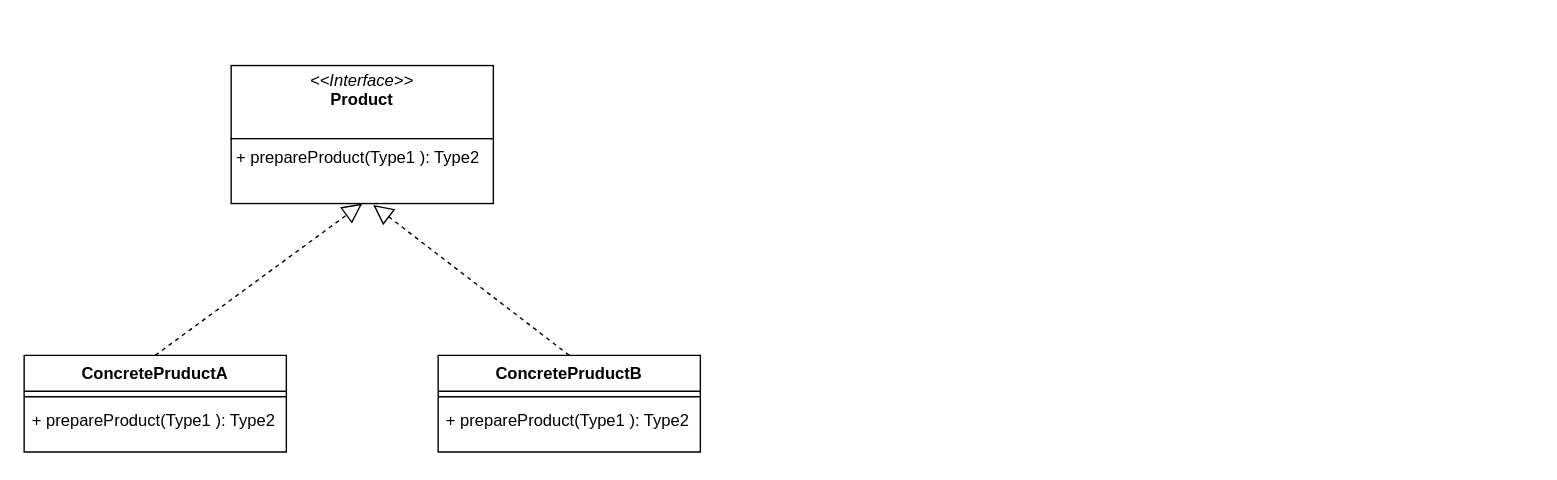
Above: factory-method-pattern.drawio in sourcelight/test_repo (draw.io), before the change. Source tidied: cells renumbered, new cells numbered last; positions are measured from the earlier drawing's top-left corner, leaving out a move shared by most shapes. Both pictures are drawn from the tidied source at 138%, with x=0, y=0 at pixel (23, 65).
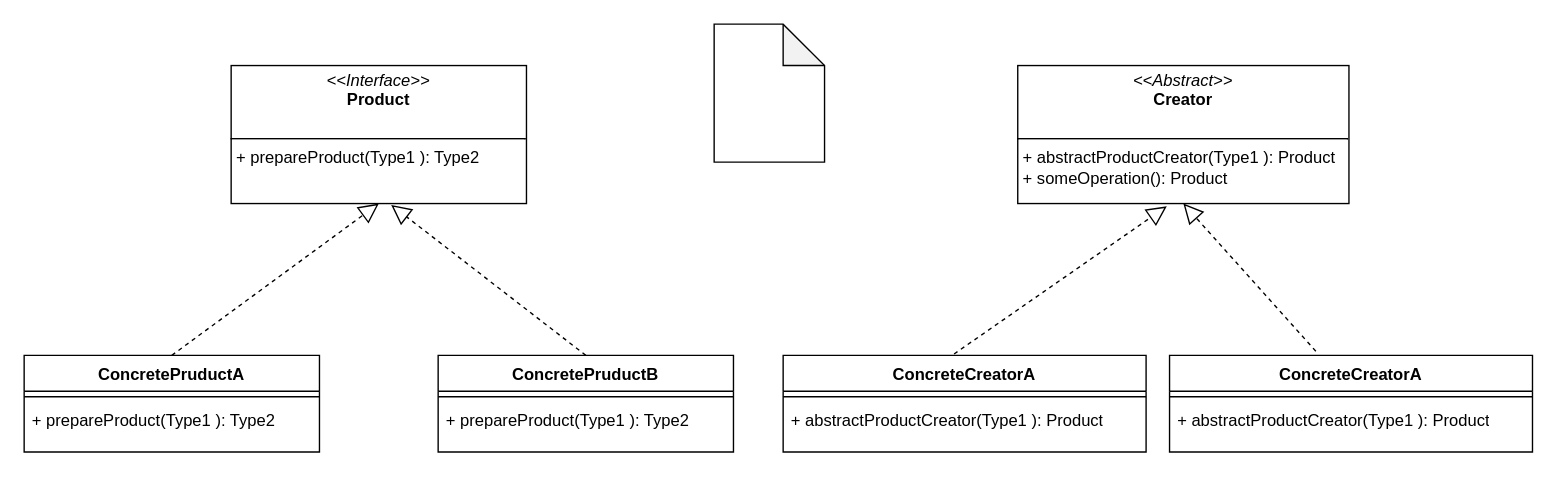
The same page after the edit.

Change to the diagram source:
```diff
@@
     <mxCell id="2" value="&lt;p style=&quot;margin:0px;margin-top:4px;text-align:center;&quot;&gt;&lt;i&gt;&amp;lt;&amp;lt;Interface&amp;gt;&amp;gt;&lt;/i&gt;&lt;br&gt;&lt;b&gt;Product&lt;/b&gt;&lt;/p&gt;&lt;br&gt;&lt;hr size=&quot;1&quot; style=&quot;border-style:solid;&quot;&gt;&lt;p style=&quot;margin:0px;margin-left:4px;&quot;&gt;+ prepareProduct(Type1 ): Type2&lt;br&gt;&lt;/p&gt;&lt;p style=&quot;margin:0px;margin-left:4px;&quot;&gt;&lt;br&gt;&lt;/p&gt;" style="verticalAlign=top;align=left;overflow=fill;html=1;whiteSpace=wrap;" parent="1" vertex="1">
-      <mxGeometry x="150" width="190" height="100" as="geometry" />
+      <mxGeometry x="150" width="214" height="100" as="geometry" />
     </mxCell>
     <mxCell id="3" value="ConcretePruductA" style="swimlane;fontStyle=1;align=center;verticalAlign=top;horizontal=1;startSize=26;whiteSpace=wrap;html=1;" parent="1" vertex="1">
-      <mxGeometry y="210" width="190" height="70" as="geometry" />
+      <mxGeometry y="210" width="214" height="70" as="geometry" />
     </mxCell>
     <mxCell id="4" style="line;strokeWidth=1;fillColor=none;align=left;verticalAlign=middle;spacingTop=-1;spacingLeft=3;spacingRight=3;labelPosition=right;strokeColor=inherit;" parent="3" vertex="1">
-      <mxGeometry y="26" width="190" height="8" as="geometry" />
+      <mxGeometry y="26" width="214" height="8" as="geometry" />
     </mxCell>
     <mxCell id="5" value="+ prepareProduct(Type1 ): Type2" style="text;strokeColor=none;fillColor=none;align=left;verticalAlign=top;spacingLeft=4;spacingRight=4;overflow=hidden;whiteSpace=wrap;html=1;" parent="3" vertex="1">
-      <mxGeometry y="34" width="190" height="36" as="geometry" />
+      <mxGeometry y="34" width="214" height="36" as="geometry" />
     </mxCell>
     <mxCell id="6" value="ConcretePruductB" style="swimlane;fontStyle=1;align=center;verticalAlign=top;horizontal=1;startSize=26;whiteSpace=wrap;html=1;" parent="1" vertex="1">
-      <mxGeometry x="300" y="210" width="190" height="70" as="geometry" />
+      <mxGeometry x="300" y="210" width="214" height="70" as="geometry" />
     </mxCell>
     <mxCell id="7" style="line;strokeWidth=1;fillColor=none;align=left;verticalAlign=middle;spacingTop=-1;spacingLeft=3;spacingRight=3;labelPosition=right;strokeColor=inherit;" parent="6" vertex="1">
-      <mxGeometry y="26" width="190" height="8" as="geometry" />
+      <mxGeometry y="26" width="214" height="8" as="geometry" />
     </mxCell>
     <mxCell id="8" value="+ prepareProduct(Type1 ): Type2" style="text;strokeColor=none;fillColor=none;align=left;verticalAlign=top;spacingLeft=4;spacingRight=4;overflow=hidden;whiteSpace=wrap;html=1;" parent="6" vertex="1">
-      <mxGeometry y="34" width="190" height="36" as="geometry" />
+      <mxGeometry y="34" width="214" height="36" as="geometry" />
     </mxCell>
@@
+    <mxCell id="11" value="&lt;p style=&quot;margin:0px;margin-top:4px;text-align:center;&quot;&gt;&lt;i&gt;&amp;lt;&amp;lt;Abstract&amp;gt;&amp;gt;&lt;/i&gt;&lt;br&gt;&lt;b&gt;Creator&lt;/b&gt;&lt;/p&gt;&lt;br&gt;&lt;hr size=&quot;1&quot; style=&quot;border-style:solid;&quot;&gt;&lt;p style=&quot;margin:0px;margin-left:4px;&quot;&gt;+ abstractProductCreator(Type1 ): Product&lt;br&gt;&lt;/p&gt;&lt;p style=&quot;margin:0px;margin-left:4px;&quot;&gt;+ someOperation(): Product&lt;/p&gt;&lt;p style=&quot;margin:0px;margin-left:4px;&quot;&gt;&lt;br&gt;&lt;/p&gt;" style="verticalAlign=top;align=left;overflow=fill;html=1;whiteSpace=wrap;" parent="1" vertex="1">
+      <mxGeometry x="720" width="240" height="100" as="geometry" />
+    </mxCell>
+    <mxCell id="12" value="ConcreteCreatorA" style="swimlane;fontStyle=1;align=center;verticalAlign=top;horizontal=1;startSize=26;whiteSpace=wrap;html=1;" parent="1" vertex="1">
+      <mxGeometry x="550" y="210" width="263" height="70" as="geometry" />
+    </mxCell>
+    <mxCell id="13" style="line;strokeWidth=1;fillColor=none;align=left;verticalAlign=middle;spacingTop=-1;spacingLeft=3;spacingRight=3;labelPosition=right;strokeColor=inherit;" parent="12" vertex="1">
+      <mxGeometry y="26" width="263" height="8" as="geometry" />
+    </mxCell>
+    <mxCell id="14" value="+ abstractProductCreator(Type1 ): Product" style="text;strokeColor=none;fillColor=none;align=left;verticalAlign=top;spacingLeft=4;spacingRight=4;overflow=hidden;whiteSpace=wrap;html=1;" parent="12" vertex="1">
+      <mxGeometry y="34" width="263" height="36" as="geometry" />
+    </mxCell>
+    <mxCell id="15" style="shape=note;whiteSpace=wrap;html=1;backgroundOutline=1;darkOpacity=0.05;" parent="1" vertex="1">
+      <mxGeometry x="500" y="-30" width="80" height="100" as="geometry" />
+    </mxCell>
+    <mxCell id="16" value="ConcreteCreatorA" style="swimlane;fontStyle=1;align=center;verticalAlign=top;horizontal=1;startSize=26;whiteSpace=wrap;html=1;" parent="1" vertex="1">
+      <mxGeometry x="830" y="210" width="263" height="70" as="geometry" />
+    </mxCell>
+    <mxCell id="17" style="line;strokeWidth=1;fillColor=none;align=left;verticalAlign=middle;spacingTop=-1;spacingLeft=3;spacingRight=3;labelPosition=right;strokeColor=inherit;" parent="16" vertex="1">
+      <mxGeometry y="26" width="263" height="8" as="geometry" />
+    </mxCell>
+    <mxCell id="18" value="+ abstractProductCreator(Type1 ): Product" style="text;strokeColor=none;fillColor=none;align=left;verticalAlign=top;spacingLeft=4;spacingRight=4;overflow=hidden;whiteSpace=wrap;html=1;" parent="16" vertex="1">
+      <mxGeometry y="34" width="263" height="36" as="geometry" />
+    </mxCell>
+    <mxCell id="19" style="endArrow=block;dashed=1;endFill=0;endSize=12;html=1;rounded=0;entryX=0.45;entryY=1.02;entryDx=0;entryDy=0;entryPerimeter=0;exitX=0.471;exitY=-0.014;exitDx=0;exitDy=0;exitPerimeter=0;" parent="1" edge="1" source="12" target="11">
+      <mxGeometry relative="1" as="geometry" />
+    </mxCell>
+    <mxCell id="20" style="endArrow=block;dashed=1;endFill=0;endSize=12;html=1;rounded=0;exitX=0.403;exitY=-0.043;exitDx=0;exitDy=0;exitPerimeter=0;entryX=0.5;entryY=1;entryDx=0;entryDy=0;" parent="1" edge="1" source="16" target="11">
+      <mxGeometry relative="1" as="geometry" />
+    </mxCell>
```
